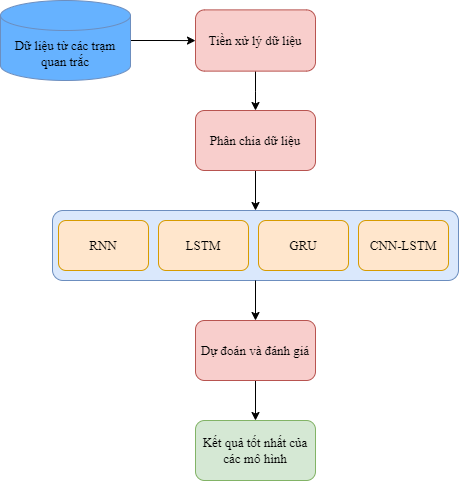
Earlier version of the draw.io export materials/images/workflow.png (Quang-minh-0211/SaltIntrusion). Source tidied: cells renumbered, new cells last; positions are measured from the earlier drawing's top-left corner, leaving out a move shared by most shapes.
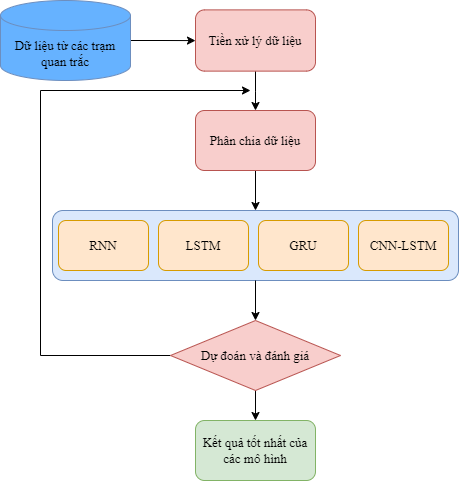
Later version of the same file.

Commit message:
update all src

What changed in the source:
```diff
@@ -38,17 +38,30 @@
     <mxCell id="13" value="&lt;font style=&quot;font-size: 13px;&quot; face=&quot;Times New Roman&quot;&gt;Dữ liệu từ các trạm quan trắc&lt;/font&gt;" style="shape=cylinder3;whiteSpace=wrap;html=1;boundedLbl=1;backgroundOutline=1;size=15;fillColor=#66B2FF;strokeColor=#6c8ebf;" parent="1" vertex="1">
       <mxGeometry width="130" height="80" as="geometry" />
     </mxCell>
-    <mxCell id="14" style="edgeStyle=orthogonalEdgeStyle;rounded=0;jettySize=auto;html=1;" parent="1" edge="1" source="15" target="17">
-      <mxGeometry relative="1" as="geometry" />
+    <mxCell id="14" style="edgeStyle=orthogonalEdgeStyle;rounded=0;jettySize=auto;html=1;" parent="1" edge="1" target="17">
+      <mxGeometry relative="1" as="geometry">
+        <mxPoint x="255" y="380" as="sourcePoint" />
+      </mxGeometry>
     </mxCell>
-    <mxCell id="15" value="&lt;span style=&quot;font-size: 13px;&quot;&gt;Dự đoán và đánh giá&lt;/span&gt;" style="rounded=1;whiteSpace=wrap;html=1;fontFamily=Times New Roman;imageWidth=100;imageHeight=50;fillColor=#f8cecc;strokeColor=#b85450;" parent="1" vertex="1">
-      <mxGeometry x="195" y="320" width="120" height="60" as="geometry" />
-    </mxCell>
-    <mxCell id="16" style="edgeStyle=orthogonalEdgeStyle;rounded=0;jettySize=auto;html=1;entryX=0.5;entryY=0;entryDx=0;entryDy=0;" parent="1" edge="1" source="7" target="15">
-      <mxGeometry relative="1" as="geometry" />
+    <mxCell id="16" style="edgeStyle=orthogonalEdgeStyle;rounded=0;jettySize=auto;html=1;entryX=0.5;entryY=0;entryDx=0;entryDy=0;" parent="1" edge="1" source="7">
+      <mxGeometry relative="1" as="geometry">
+        <mxPoint x="255" y="320" as="targetPoint" />
+      </mxGeometry>
     </mxCell>
     <mxCell id="17" value="&lt;span style=&quot;font-size: 13px;&quot;&gt;Kết quả tốt nhất của các mô hình&lt;/span&gt;" style="rounded=1;whiteSpace=wrap;html=1;fontFamily=Times New Roman;imageWidth=100;imageHeight=50;fillColor=#d5e8d4;strokeColor=#82b366;" parent="1" vertex="1">
       <mxGeometry x="195" y="420" width="120" height="60" as="geometry" />
     </mxCell>
+    <mxCell id="18" style="edgeStyle=orthogonalEdgeStyle;rounded=0;jettySize=auto;html=1;" parent="1" edge="1" source="15">
+      <mxGeometry relative="1" as="geometry">
+        <mxPoint x="250" y="90" as="targetPoint" />
+        <Array as="points">
+          <mxPoint x="40" y="355" />
+          <mxPoint x="40" y="90" />
+        </Array>
+      </mxGeometry>
+    </mxCell>
+    <mxCell id="15" value="&lt;span style=&quot;font-family: &amp;quot;Times New Roman&amp;quot;; font-size: 13px;&quot;&gt;Dự đoán và đánh giá&lt;/span&gt;" style="rhombus;whiteSpace=wrap;html=1;fillColor=#f8cecc;strokeColor=#b85450;" parent="1" vertex="1">
+      <mxGeometry x="170" y="320" width="170" height="70" as="geometry" />
+    </mxCell>
   </root>
 </mxGraphModel>
```
